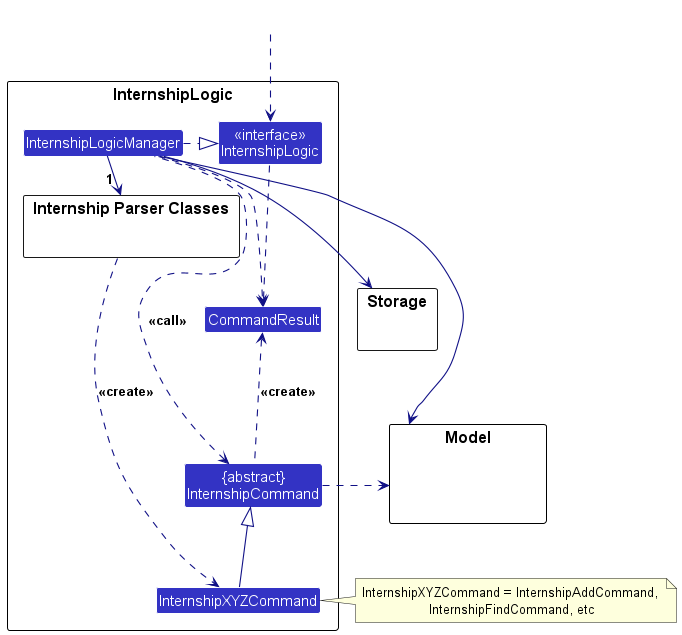
The PlantUML diagram docs/images/InternshipLogicClassDiagram.png in nus-cs2103-AY2324S2/tp, before a commit. The source it was exported from:
```plantuml
@startuml
!include style.puml
skinparam arrowThickness 1.1
skinparam arrowColor LOGIC_COLOR_T4
skinparam classBackgroundColor LOGIC_COLOR

package InternshipLogic as LogicPackage {

package "Internship Parser Classes" as InternshipParserClasses{
}
Class InternshipXYZCommand
Class CommandResult
Class "{abstract}\nInternshipCommand" as InternshipCommand


Class "<<interface>>\nInternshipLogic" as Logic
Class InternshipLogicManager
}

package Model {
Class HiddenModel #FFFFFF
}

package Storage {
}

Class HiddenOutside #FFFFFF
HiddenOutside ..> Logic

InternshipLogicManager .right.|> Logic
InternshipLogicManager -right-> " 1 " InternshipParserClasses
InternshipParserClasses ..> InternshipXYZCommand : <<create>>

InternshipXYZCommand -up-|> InternshipCommand
InternshipLogicManager .left.> InternshipCommand : <<call>>

InternshipLogicManager --> Model
InternshipLogicManager --> Storage
Storage --[hidden] Model
InternshipCommand .[hidden]up.> Storage
InternshipCommand .right.> Model
note right of InternshipXYZCommand: InternshipXYZCommand = InternshipAddCommand, \nInternshipFindCommand, etc

Logic ..> CommandResult
InternshipLogicManager .down.> CommandResult
InternshipCommand .up.> CommandResult : <<create>>
@enduml
```
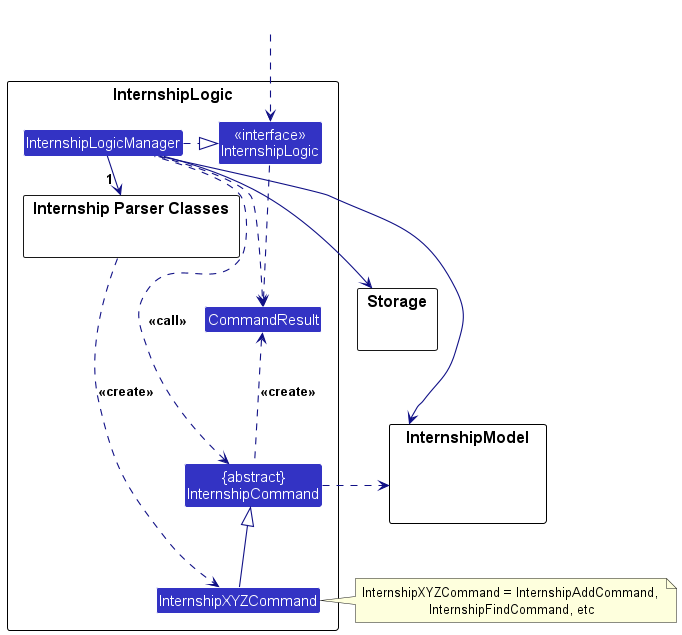
Later version of the same file.

Commit message:
Updated Internship Logic Class Diagram

Change to the diagram source:
```diff
@@ -4,7 +4,7 @@
 skinparam arrowColor LOGIC_COLOR_T4
 skinparam classBackgroundColor LOGIC_COLOR
 
-package InternshipLogic as LogicPackage {
+package InternshipLogic as InternshipLogicPackage {
 
 package "Internship Parser Classes" as InternshipParserClasses{
 }
@@ -13,11 +13,11 @@
 Class "{abstract}\nInternshipCommand" as InternshipCommand
 
 
-Class "<<interface>>\nInternshipLogic" as Logic
+Class "<<interface>>\nInternshipLogic" as InternshipLogic
 Class InternshipLogicManager
 }
 
-package Model {
+package InternshipModel {
 Class HiddenModel #FFFFFF
 }
 
@@ -25,23 +25,23 @@
 }
 
 Class HiddenOutside #FFFFFF
-HiddenOutside ..> Logic
+HiddenOutside ..> InternshipLogic
 
-InternshipLogicManager .right.|> Logic
+InternshipLogicManager .right.|> InternshipLogic
 InternshipLogicManager -right-> " 1 " InternshipParserClasses
 InternshipParserClasses ..> InternshipXYZCommand : <<create>>
 
 InternshipXYZCommand -up-|> InternshipCommand
 InternshipLogicManager .left.> InternshipCommand : <<call>>
 
-InternshipLogicManager --> Model
+InternshipLogicManager --> InternshipModel
 InternshipLogicManager --> Storage
-Storage --[hidden] Model
+Storage --[hidden] InternshipModel
 InternshipCommand .[hidden]up.> Storage
-InternshipCommand .right.> Model
+InternshipCommand .right.> InternshipModel
 note right of InternshipXYZCommand: InternshipXYZCommand = InternshipAddCommand, \nInternshipFindCommand, etc
 
-Logic ..> CommandResult
+InternshipLogic ..> CommandResult
 InternshipLogicManager .down.> CommandResult
 InternshipCommand .up.> CommandResult : <<create>>
 @enduml
```
